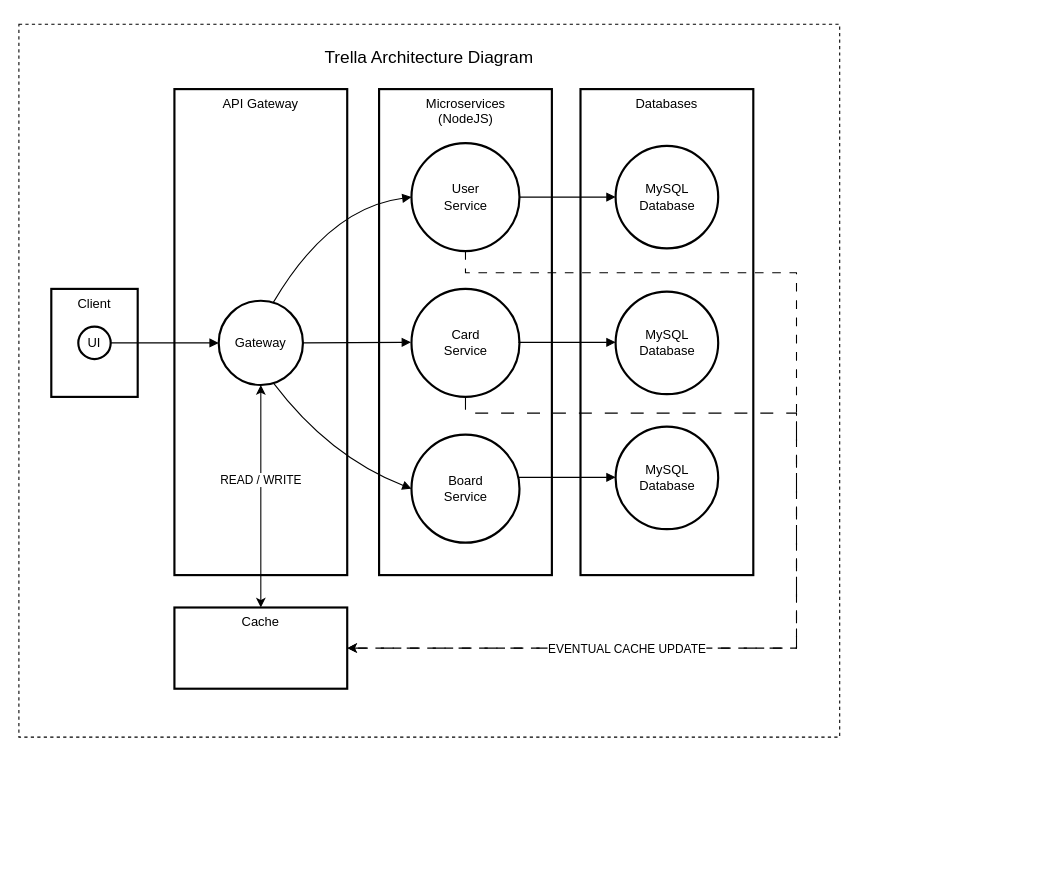
Before: docs/Trella Architecture Diagram.drawio in odilonv/Trella, a draw.io diagram. Source tidied: cells renumbered, new cells numbered last; positions are measured from the earlier drawing's top-left corner, leaving out a move shared by most shapes. Both pictures are drawn from the tidied source at 108%, with x=0, y=0 at pixel (18, 24).
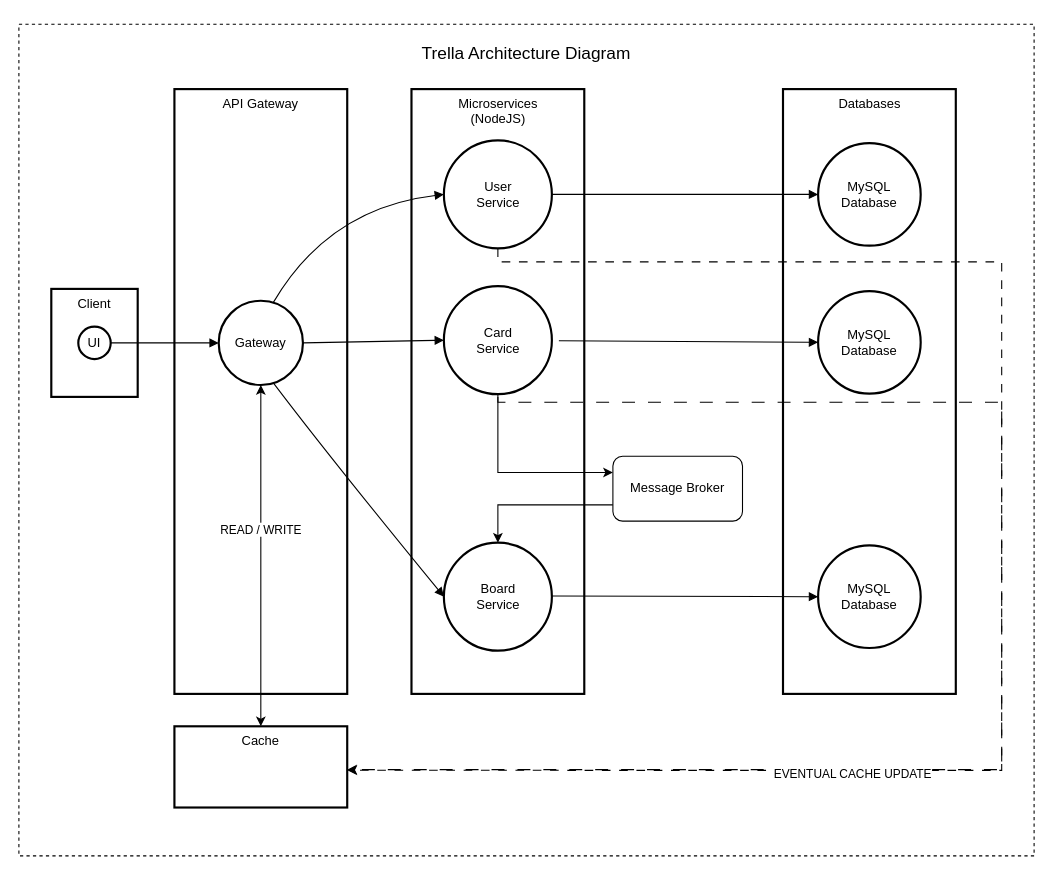
The same diagram, later.

Commit message:
Mettre à jour Trella Architecture Diagram.drawio

Unchanged cells that the change refers to:
```xml
<mxCell id="16" value="Gateway" style="ellipse;strokeWidth=2;whiteSpace=wrap;" parent="1" vertex="1">
  <mxGeometry x="185" y="256" width="78" height="78" as="geometry" />
</mxCell>
```

What changed in the source:
```diff
@@
-    <mxCell id="2" value="&lt;h1&gt;&lt;font style=&quot;font-size: 16px; font-weight: normal;&quot;&gt;Trella Architecture Diagram&lt;/font&gt;&lt;/h1&gt;&lt;div&gt;&lt;br&gt;&lt;/div&gt;&lt;div&gt;&lt;br&gt;&lt;/div&gt;&lt;div&gt;&lt;br&gt;&lt;/div&gt;&lt;div&gt;&lt;br&gt;&lt;/div&gt;&lt;div&gt;&lt;br&gt;&lt;/div&gt;&lt;div&gt;&lt;br&gt;&lt;/div&gt;&lt;div&gt;&lt;br&gt;&lt;/div&gt;&lt;div&gt;&lt;br&gt;&lt;/div&gt;&lt;div&gt;&lt;br&gt;&lt;/div&gt;&lt;div&gt;&lt;br&gt;&lt;/div&gt;&lt;div&gt;&lt;br&gt;&lt;/div&gt;&lt;div&gt;&lt;br&gt;&lt;/div&gt;&lt;div&gt;&lt;br&gt;&lt;/div&gt;&lt;div&gt;&lt;br&gt;&lt;/div&gt;&lt;div&gt;&lt;br&gt;&lt;/div&gt;&lt;div&gt;&lt;br&gt;&lt;/div&gt;&lt;div&gt;&lt;br&gt;&lt;/div&gt;&lt;div&gt;&lt;br&gt;&lt;/div&gt;&lt;div&gt;&lt;br&gt;&lt;/div&gt;&lt;div&gt;&lt;br&gt;&lt;/div&gt;&lt;div&gt;&lt;br&gt;&lt;/div&gt;&lt;div&gt;&lt;br&gt;&lt;/div&gt;&lt;div&gt;&lt;br&gt;&lt;/div&gt;&lt;div&gt;&lt;br&gt;&lt;/div&gt;&lt;div&gt;&lt;br&gt;&lt;/div&gt;&lt;div&gt;&lt;br&gt;&lt;/div&gt;&lt;div&gt;&lt;br&gt;&lt;/div&gt;&lt;div&gt;&lt;br&gt;&lt;/div&gt;&lt;div&gt;&lt;br&gt;&lt;/div&gt;&lt;div&gt;&lt;br&gt;&lt;/div&gt;&lt;div&gt;&lt;br&gt;&lt;/div&gt;&lt;div&gt;&lt;br&gt;&lt;/div&gt;&lt;div&gt;&lt;br&gt;&lt;/div&gt;&lt;div&gt;&lt;br&gt;&lt;/div&gt;&lt;div&gt;&lt;br&gt;&lt;/div&gt;&lt;div&gt;&lt;br&gt;&lt;/div&gt;&lt;div&gt;&lt;br&gt;&lt;/div&gt;&lt;div&gt;&lt;br&gt;&lt;/div&gt;&lt;div&gt;&lt;br&gt;&lt;/div&gt;&lt;div&gt;&lt;br&gt;&lt;/div&gt;&lt;div&gt;&lt;br&gt;&lt;/div&gt;&lt;div&gt;&lt;br&gt;&lt;/div&gt;" style="rounded=0;whiteSpace=wrap;html=1;fillColor=none;dashed=1;" parent="1" vertex="1">
-      <mxGeometry width="760" height="660" as="geometry" />
+    <mxCell id="2" value="&lt;h1&gt;&lt;font style=&quot;font-size: 16px; font-weight: normal;&quot;&gt;Trella Architecture Diagram&lt;/font&gt;&lt;/h1&gt;&lt;div&gt;&lt;br&gt;&lt;/div&gt;&lt;div&gt;&lt;br&gt;&lt;/div&gt;&lt;div&gt;&lt;br&gt;&lt;/div&gt;&lt;div&gt;&lt;br&gt;&lt;/div&gt;&lt;div&gt;&lt;br&gt;&lt;/div&gt;&lt;div&gt;&lt;br&gt;&lt;/div&gt;&lt;div&gt;&lt;br&gt;&lt;/div&gt;&lt;div&gt;&lt;br&gt;&lt;/div&gt;&lt;div&gt;&lt;br&gt;&lt;/div&gt;&lt;div&gt;&lt;br&gt;&lt;/div&gt;&lt;div&gt;&lt;br&gt;&lt;/div&gt;&lt;div&gt;&lt;br&gt;&lt;/div&gt;&lt;div&gt;&lt;br&gt;&lt;/div&gt;&lt;div&gt;&lt;br&gt;&lt;/div&gt;&lt;div&gt;&lt;br&gt;&lt;/div&gt;&lt;div&gt;&lt;br&gt;&lt;/div&gt;&lt;div&gt;&lt;br&gt;&lt;/div&gt;&lt;div&gt;&lt;br&gt;&lt;/div&gt;&lt;div&gt;&lt;br&gt;&lt;/div&gt;&lt;div&gt;&lt;br&gt;&lt;/div&gt;&lt;div&gt;&lt;br&gt;&lt;/div&gt;&lt;div&gt;&lt;br&gt;&lt;/div&gt;&lt;div&gt;&lt;br&gt;&lt;/div&gt;&lt;div&gt;&lt;br&gt;&lt;/div&gt;&lt;div&gt;&lt;br&gt;&lt;/div&gt;&lt;div&gt;&lt;br&gt;&lt;/div&gt;&lt;div&gt;&lt;br&gt;&lt;/div&gt;&lt;div&gt;&lt;br&gt;&lt;/div&gt;&lt;div&gt;&lt;br&gt;&lt;/div&gt;&lt;div&gt;&lt;br&gt;&lt;/div&gt;&lt;div&gt;&lt;br&gt;&lt;/div&gt;&lt;div&gt;&lt;br&gt;&lt;/div&gt;&lt;div&gt;&lt;br&gt;&lt;/div&gt;&lt;div&gt;&lt;br&gt;&lt;/div&gt;&lt;div&gt;&lt;br&gt;&lt;/div&gt;&lt;div&gt;&lt;br&gt;&lt;/div&gt;&lt;div&gt;&lt;br&gt;&lt;/div&gt;&lt;div&gt;&lt;br&gt;&lt;/div&gt;&lt;div&gt;&lt;br&gt;&lt;/div&gt;&lt;div&gt;&lt;br&gt;&lt;/div&gt;&lt;div&gt;&lt;br&gt;&lt;/div&gt;&lt;div&gt;&lt;br&gt;&lt;/div&gt;&lt;div&gt;&lt;br&gt;&lt;/div&gt;&lt;div&gt;&lt;br&gt;&lt;/div&gt;&lt;div&gt;&lt;br&gt;&lt;/div&gt;&lt;div&gt;&lt;br&gt;&lt;/div&gt;&lt;div&gt;&lt;br&gt;&lt;/div&gt;&lt;div&gt;&lt;br&gt;&lt;/div&gt;&lt;div&gt;&lt;br&gt;&lt;/div&gt;&lt;div&gt;&lt;br&gt;&lt;/div&gt;" style="rounded=0;whiteSpace=wrap;html=1;fillColor=none;dashed=1;" parent="1" vertex="1">
+      <mxGeometry width="940" height="770" as="geometry" />
     </mxCell>
+    <mxCell id="9" value="Databases" style="whiteSpace=wrap;strokeWidth=2;verticalAlign=top;" parent="1" vertex="1">
+      <mxGeometry x="707.5" y="60" width="160" height="560" as="geometry" />
+    </mxCell>
     <mxCell id="3" value="Microservices&#10;(NodeJS)" style="whiteSpace=wrap;strokeWidth=2;verticalAlign=top;" parent="1" vertex="1">
-      <mxGeometry x="333.5" y="60" width="160" height="450" as="geometry" />
+      <mxGeometry x="363.5" y="60" width="160" height="560" as="geometry" />
     </mxCell>
+    <mxCell id="28" style="edgeStyle=orthogonalEdgeStyle;rounded=0;jettySize=auto;html=1;entryX=1.001;entryY=0.542;entryDx=0;entryDy=0;dashed=1;dashPattern=8 8;entryPerimeter=0;" parent="1" edge="1" source="4" target="27">
+      <mxGeometry relative="1" as="geometry">
+        <Array as="points">
+          <mxPoint x="444" y="220" />
+          <mxPoint x="910" y="220" />
+          <mxPoint x="910" y="690" />
+          <mxPoint x="304" y="690" />
+        </Array>
+      </mxGeometry>
+    </mxCell>
     <mxCell id="4" value="User&#10;Service" style="ellipse;strokeWidth=2;whiteSpace=wrap;" parent="1" vertex="1">
-      <mxGeometry x="363.5" y="110" width="100" height="100" as="geometry" />
+      <mxGeometry x="393.5" y="107.5" width="100" height="100" as="geometry" />
     </mxCell>
@@
+    <mxCell id="29" style="edgeStyle=orthogonalEdgeStyle;rounded=0;orthogonalLoop=1;jettySize=auto;html=1;exitX=0.5;exitY=1;exitDx=0;exitDy=0;entryX=1;entryY=0.5;entryDx=0;entryDy=0;dashed=1;dashPattern=12 12;" parent="1" edge="1">
+      <mxGeometry relative="1" as="geometry">
+        <mxPoint x="443.5" y="345" as="sourcePoint" />
+        <mxPoint x="304" y="690.1" as="targetPoint" />
+        <Array as="points">
+          <mxPoint x="444" y="350" />
+          <mxPoint x="910" y="350" />
+          <mxPoint x="910" y="690" />
+        </Array>
+      </mxGeometry>
+    </mxCell>
+    <mxCell id="22" value="EVENTUAL CACHE UPDATE" style="edgeLabel;html=1;align=center;verticalAlign=middle;" parent="29" vertex="1">
+      <mxGeometry x="0.26" y="3" relative="1" as="geometry">
+        <mxPoint x="-57" as="offset" />
+      </mxGeometry>
+    </mxCell>
+    <mxCell id="30" style="edgeStyle=orthogonalEdgeStyle;rounded=0;jettySize=auto;html=1;entryX=0;entryY=0.25;entryDx=0;entryDy=0;" parent="1" edge="1" source="7" target="32">
+      <mxGeometry relative="1" as="geometry">
+        <Array as="points">
+          <mxPoint x="444" y="415" />
+        </Array>
+      </mxGeometry>
+    </mxCell>
     <mxCell id="7" value="Card&#10;Service" style="ellipse;strokeWidth=2;whiteSpace=wrap;" parent="1" vertex="1">
-      <mxGeometry x="363.5" y="245" width="100" height="100" as="geometry" />
+      <mxGeometry x="393.5" y="242.5" width="100" height="100" as="geometry" />
     </mxCell>
     <mxCell id="8" value="Board&#10;Service" style="ellipse;strokeWidth=2;whiteSpace=wrap;" parent="1" vertex="1">
-      <mxGeometry x="363.5" y="380" width="100" height="100" as="geometry" />
+      <mxGeometry x="393.5" y="480" width="100" height="100" as="geometry" />
     </mxCell>
-    <mxCell id="9" value="Databases" style="whiteSpace=wrap;strokeWidth=2;verticalAlign=top;" parent="1" vertex="1">
-      <mxGeometry x="520" y="60" width="160" height="450" as="geometry" />
-    </mxCell>
-    <mxCell id="10" style="edgeStyle=orthogonalEdgeStyle;rounded=0;jettySize=auto;html=1;exitX=1;exitY=0.5;exitDx=0;exitDy=0;entryX=1;entryY=0.5;entryDx=0;entryDy=0;dashed=1;dashPattern=8 8;" parent="1" edge="1" target="27">
-      <mxGeometry relative="1" as="geometry">
-        <mxPoint x="413.5" y="210" as="sourcePoint" />
-        <Array as="points">
-          <mxPoint x="414" y="230" />
-          <mxPoint x="720" y="230" />
-          <mxPoint x="720" y="578" />
-        </Array>
-      </mxGeometry>
-    </mxCell>
     <mxCell id="11" value="MySQL&#10;Database" style="ellipse;strokeWidth=2;whiteSpace=wrap;" parent="1" vertex="1">
-      <mxGeometry x="552.5" y="112.5" width="95" height="95" as="geometry" />
+      <mxGeometry x="740" y="110" width="95" height="95" as="geometry" />
     </mxCell>
-    <mxCell id="12" style="curved=1;startArrow=none;endArrow=block;exitX=1;exitY=0.5;entryX=0;entryY=0.5;" parent="1" edge="1" source="4" target="11">
+    <mxCell id="12" style="curved=1;startArrow=none;endArrow=block;exitX=1;exitY=0.5;entryX=0;entryY=0.5;exitDx=0;exitDy=0;entryDx=0;entryDy=0;" parent="1" edge="1" source="4" target="11">
       <mxGeometry relative="1" as="geometry" />
     </mxCell>
     <mxCell id="13" value="API Gateway" style="whiteSpace=wrap;strokeWidth=2;verticalAlign=top;" parent="1" vertex="1">
-      <mxGeometry x="144" y="60" width="160" height="450" as="geometry" />
+      <mxGeometry x="144" y="60" width="160" height="560" as="geometry" />
     </mxCell>
@@
-    <mxCell id="18" style="curved=1;startArrow=none;endArrow=block;exitX=0.99;exitY=0.49;entryX=0;entryY=0.5;" parent="1" edge="1" source="16">
-      <mxGeometry relative="1" as="geometry">
-        <mxPoint x="363" y="294.5" as="targetPoint" />
-      </mxGeometry>
+    <mxCell id="18" style="curved=1;startArrow=none;endArrow=block;exitX=0.99;exitY=0.49;entryX=0;entryY=0.5;entryDx=0;entryDy=0;" parent="1" edge="1" source="16" target="7">
+      <mxGeometry relative="1" as="geometry" />
     </mxCell>
@@
-    <mxCell id="21" style="edgeStyle=orthogonalEdgeStyle;rounded=0;jettySize=auto;html=1;exitX=0.5;exitY=1;exitDx=0;exitDy=0;entryX=1;entryY=0.5;entryDx=0;entryDy=0;dashed=1;dashPattern=12 12;" parent="1" edge="1" source="7" target="27">
-      <mxGeometry relative="1" as="geometry">
-        <Array as="points">
-          <mxPoint x="414" y="360" />
-          <mxPoint x="720" y="360" />
-          <mxPoint x="720" y="578" />
-        </Array>
-      </mxGeometry>
-    </mxCell>
-    <mxCell id="22" value="EVENTUAL CACHE UPDATE" style="edgeLabel;html=1;align=center;verticalAlign=middle;" parent="21" vertex="1">
-      <mxGeometry x="0.46" y="1" relative="1" as="geometry" />
-    </mxCell>
-    <mxCell id="23" value="MySQL&#10;Database" style="ellipse;strokeWidth=2;whiteSpace=wrap;" parent="1" vertex="1">
-      <mxGeometry x="552.5" y="247.5" width="95" height="95" as="geometry" />
-    </mxCell>
-    <mxCell id="24" value="MySQL&#10;Database" style="ellipse;strokeWidth=2;whiteSpace=wrap;" parent="1" vertex="1">
-      <mxGeometry x="552.5" y="372.5" width="95" height="95" as="geometry" />
-    </mxCell>
-    <mxCell id="25" style="curved=1;startArrow=none;endArrow=block;exitX=1;exitY=0.5;entryX=0;entryY=0.5;" parent="1" edge="1">
+    <mxCell id="25" style="curved=1;startArrow=none;endArrow=block;exitX=1;exitY=0.5;entryX=0;entryY=0.5;entryDx=0;entryDy=0;" parent="1" edge="1" target="23">
       <mxGeometry relative="1" as="geometry">
-        <mxPoint x="462.5" y="294.5" as="sourcePoint" />
-        <mxPoint x="552.5" y="294.5" as="targetPoint" />
+        <mxPoint x="500" y="293" as="sourcePoint" />
       </mxGeometry>
     </mxCell>
-    <mxCell id="26" style="curved=1;startArrow=none;endArrow=block;exitX=1;exitY=0.5;entryX=0;entryY=0.5;" parent="1" edge="1">
+    <mxCell id="26" style="curved=1;startArrow=none;endArrow=block;exitX=1;exitY=0.5;entryX=0;entryY=0.5;entryDx=0;entryDy=0;" parent="1" edge="1" target="24">
       <mxGeometry relative="1" as="geometry">
-        <mxPoint x="462.5" y="419.5" as="sourcePoint" />
-        <mxPoint x="552.5" y="419.5" as="targetPoint" />
+        <mxPoint x="493.5" y="529.4" as="sourcePoint" />
       </mxGeometry>
     </mxCell>
     <mxCell id="27" value="Cache" style="whiteSpace=wrap;strokeWidth=2;verticalAlign=top;" parent="1" vertex="1">
-      <mxGeometry x="144" y="540" width="160" height="75.2" as="geometry" />
+      <mxGeometry x="144" y="650" width="160" height="75.2" as="geometry" />
     </mxCell>
+    <mxCell id="23" value="MySQL&#10;Database" style="ellipse;strokeWidth=2;whiteSpace=wrap;" parent="1" vertex="1">
+      <mxGeometry x="740" y="247" width="95" height="95" as="geometry" />
+    </mxCell>
+    <mxCell id="24" value="MySQL&#10;Database" style="ellipse;strokeWidth=2;whiteSpace=wrap;" parent="1" vertex="1">
+      <mxGeometry x="740" y="482.5" width="95" height="95" as="geometry" />
+    </mxCell>
+    <mxCell id="31" style="edgeStyle=orthogonalEdgeStyle;rounded=0;jettySize=auto;html=1;exitX=0;exitY=0.75;exitDx=0;exitDy=0;" parent="1" edge="1" source="32" target="8">
+      <mxGeometry relative="1" as="geometry" />
+    </mxCell>
+    <mxCell id="32" value="Message Broker" style="rounded=1;whiteSpace=wrap;html=1;" parent="1" vertex="1">
+      <mxGeometry x="550" y="400" width="120" height="60" as="geometry" />
+    </mxCell>
```
